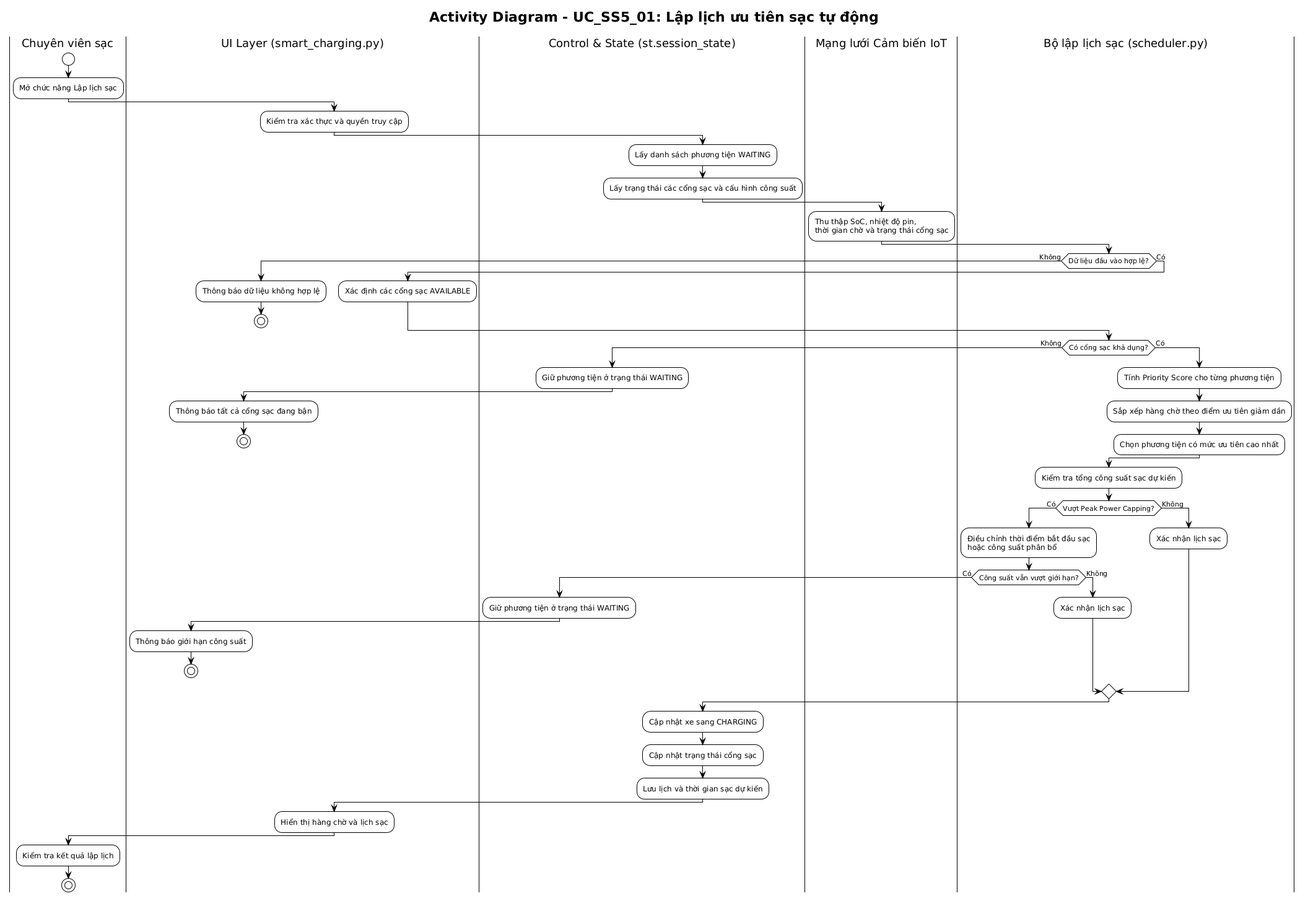
Dat-nguyen195/BTL_1_CNPM keeps this PlantUML diagram as docs/diagrams/Use-case detail-scenario/SS5/Activity diagrams/UC_SS5_01_DuongDangKhoa_activity.png. Above is the earlier version. The source it was exported from:
```plantuml
@startuml
!theme plain
skinparam activityMessageAlign center

title Activity Diagram - UC_SS5_01: Lập lịch ưu tiên sạc tự động

|Chuyên viên sạc|
start
:Mở chức năng Lập lịch sạc;

|UI Layer (smart_charging.py)|
:Kiểm tra xác thực và quyền truy cập;

|Control & State (st.session_state)|
:Lấy danh sách phương tiện WAITING;
:Lấy trạng thái các cổng sạc và cấu hình công suất;

|Mạng lưới Cảm biến IoT|
:Thu thập SoC, nhiệt độ pin,\nthời gian chờ và trạng thái cổng sạc;

|Bộ lập lịch sạc (scheduler.py)|
if (Dữ liệu đầu vào hợp lệ?) then (Không)
  |UI Layer (smart_charging.py)|
  :Thông báo dữ liệu không hợp lệ;
  stop
else (Có)
  :Xác định các cổng sạc AVAILABLE;
endif

|Bộ lập lịch sạc (scheduler.py)|
if (Có cổng sạc khả dụng?) then (Không)
  |Control & State (st.session_state)|
  :Giữ phương tiện ở trạng thái WAITING;
  |UI Layer (smart_charging.py)|
  :Thông báo tất cả cổng sạc đang bận;
  stop
else (Có)
  |Bộ lập lịch sạc (scheduler.py)|
  :Tính Priority Score cho từng phương tiện;
  :Sắp xếp hàng chờ theo điểm ưu tiên giảm dần;
  :Chọn phương tiện có mức ưu tiên cao nhất;
endif

:Kiểm tra tổng công suất sạc dự kiến;

if (Vượt Peak Power Capping?) then (Có)
  :Điều chỉnh thời điểm bắt đầu sạc\nhoặc công suất phân bổ;
  if (Công suất vẫn vượt giới hạn?) then (Có)
    |Control & State (st.session_state)|
    :Giữ phương tiện ở trạng thái WAITING;
    |UI Layer (smart_charging.py)|
    :Thông báo giới hạn công suất;
    stop
  else (Không)
    |Bộ lập lịch sạc (scheduler.py)|
    :Xác nhận lịch sạc;
  endif
else (Không)
  :Xác nhận lịch sạc;
endif

|Control & State (st.session_state)|
:Cập nhật xe sang CHARGING;
:Cập nhật trạng thái cổng sạc;
:Lưu lịch và thời gian sạc dự kiến;

|UI Layer (smart_charging.py)|
:Hiển thị hàng chờ và lịch sạc;

|Chuyên viên sạc|
:Kiểm tra kết quả lập lịch;
stop
@enduml
```
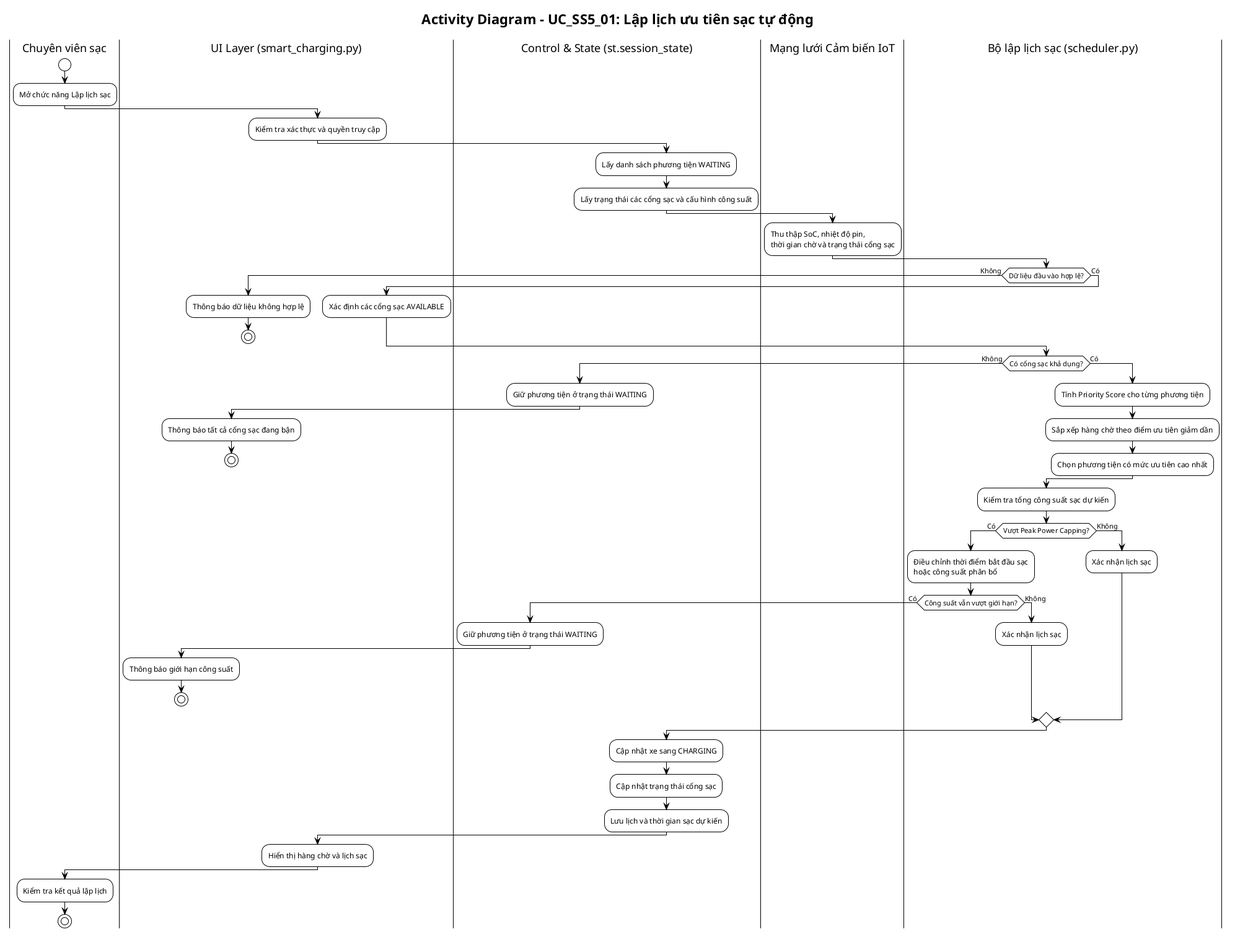
The same file after the commit.

What changed in the source:
```diff
@@ -1,4 +1,5 @@
-@startuml
+@startuml UC_SS5_01_DuongDangKhoa_activity
+!pragma layout smetana
 !theme plain
 skinparam activityMessageAlign center
 
@@ -70,4 +71,5 @@
 |Chuyên viên sạc|
 :Kiểm tra kết quả lập lịch;
 stop
+
 @enduml
```
